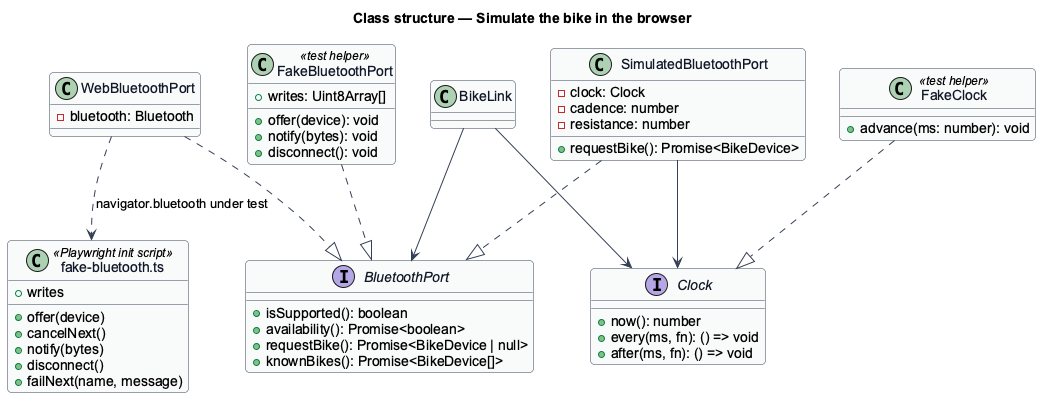
Earlier version of the PlantUML export docs/detailed-designs/browser-edition/simulate-bike-in-browser/diagrams/class-structure.png (QuinntyneBrown/ride-one).
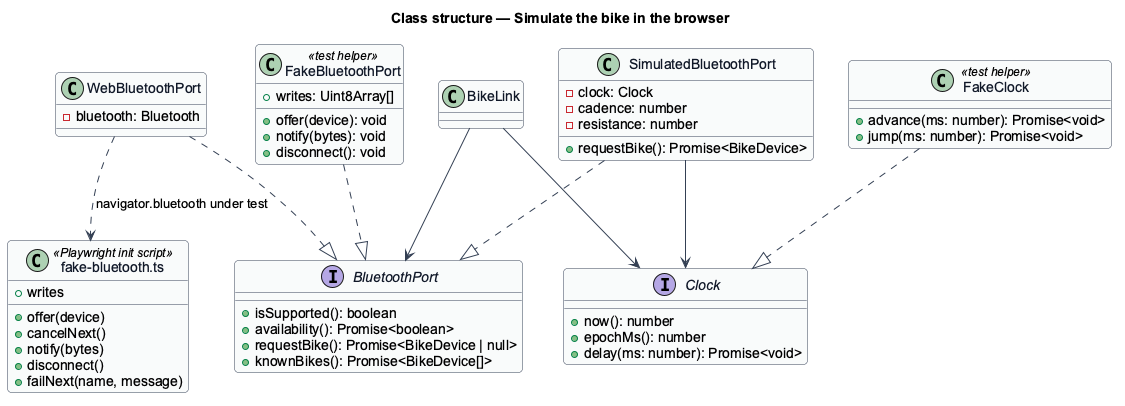
The same file after the commit.

Change to the diagram source:
```diff
@@ -34,11 +34,12 @@
 }
 interface Clock {
   +now(): number
-  +every(ms, fn): () => void
-  +after(ms, fn): () => void
+  +epochMs(): number
+  +delay(ms: number): Promise<void>
 }
 class FakeClock <<test helper>> {
-  +advance(ms: number): void
+  +advance(ms: number): Promise<void>
+  +jump(ms: number): Promise<void>
 }
 class BikeLink
 class "fake-bluetooth.ts" as fixture <<Playwright init script>> {
```
